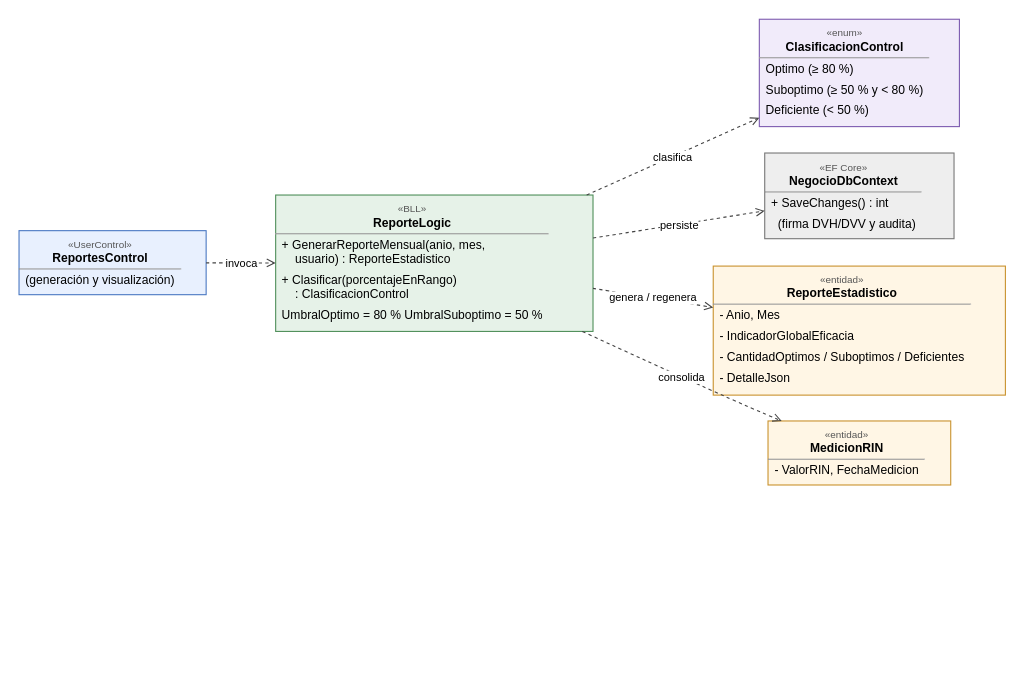
Above: Diagramas/UC-11/UC-11 - Clases afectadas.drawio in DanteSchlogl/OpenRIN-corregido (draw.io), before the change. Source tidied: cells renumbered, new cells numbered last; positions are measured from the earlier drawing's top-left corner, leaving out a move shared by most shapes. Both pictures are drawn from the tidied source at 110%, with x=0, y=0 at pixel (19, 19).
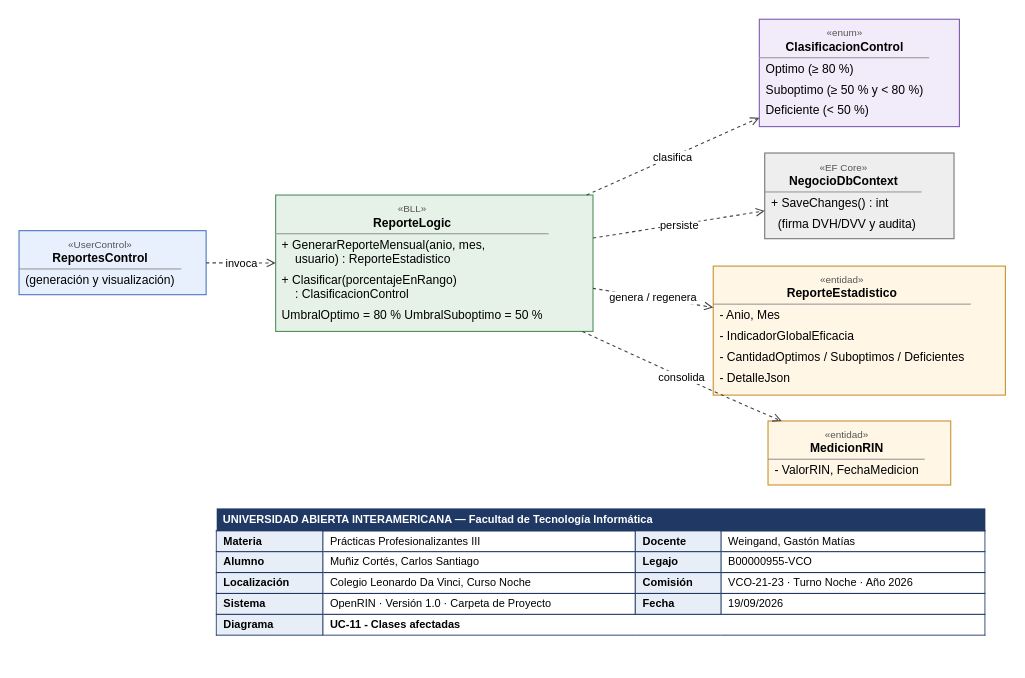
After the change.

The edit, as a diff of the source:
```diff
@@
 <mxGraphModel>
   <root>
     <mxCell id="0" />
     <mxCell id="1" parent="0" />
     <mxCell id="2" value="&lt;div style=&quot;font-family:Arial;font-size:11px;padding:3px 0 0 0;text-align:center;line-height:11px;font-size:9px;color:#555555;&quot;&gt;«UserControl»&lt;/div&gt;&lt;div style=&quot;font-family:Arial;font-size:11px;padding:0 0 3px 0;text-align:center;line-height:13px;font-weight:bold;&quot;&gt;ReportesControl&lt;/div&gt;&lt;hr style=&quot;margin:0;&quot; size=&quot;1&quot;/&gt;&lt;div style=&quot;font-family:Arial;font-size:11px;padding:3px 6px;line-height:13px;text-align:left;&quot;&gt;(generación y visualización)&lt;/div&gt;" style="whiteSpace=wrap;html=1;align=left;verticalAlign=top;overflow=hidden;spacing=0;fillColor=#E8F0FE;strokeColor=#4A78C2;" parent="1" vertex="1">
       <mxGeometry x="-0.2" y="192.2" width="170.1" height="58.2" as="geometry" />
     </mxCell>
     <mxCell id="3" value="&lt;div style=&quot;font-family:Arial;font-size:11px;padding:3px 0 0 0;text-align:center;line-height:11px;font-size:9px;color:#555555;&quot;&gt;«BLL»&lt;/div&gt;&lt;div style=&quot;font-family:Arial;font-size:11px;padding:0 0 3px 0;text-align:center;line-height:13px;font-weight:bold;&quot;&gt;ReporteLogic&lt;/div&gt;&lt;hr style=&quot;margin:0;&quot; size=&quot;1&quot;/&gt;&lt;div style=&quot;font-family:Arial;font-size:11px;padding:3px 6px;line-height:13px;text-align:left;&quot;&gt;+ GenerarReporteMensual(anio, mes,&lt;br/&gt;&amp;#160;&amp;#160;&amp;#160;&amp;#160;usuario) : ReporteEstadistico&lt;/div&gt;&lt;div style=&quot;font-family:Arial;font-size:11px;padding:3px 6px;line-height:13px;text-align:left;&quot;&gt;+ Clasificar(porcentajeEnRango)&lt;br/&gt;&amp;#160;&amp;#160;&amp;#160;&amp;#160;: ClasificacionControl&lt;/div&gt;&lt;div style=&quot;font-family:Arial;font-size:11px;padding:3px 6px;line-height:13px;text-align:left;&quot;&gt;UmbralOptimo = 80 %   UmbralSuboptimo = 50 %&lt;/div&gt;" style="whiteSpace=wrap;html=1;align=left;verticalAlign=top;overflow=hidden;spacing=0;fillColor=#E6F2E8;strokeColor=#4F8F5A;" parent="1" vertex="1">
       <mxGeometry x="233.1" y="159.8" width="288.5" height="124" as="geometry" />
     </mxCell>
     <mxCell id="4" value="&lt;div style=&quot;font-family:Arial;font-size:11px;padding:3px 0 0 0;text-align:center;line-height:11px;font-size:9px;color:#555555;&quot;&gt;«enum»&lt;/div&gt;&lt;div style=&quot;font-family:Arial;font-size:11px;padding:0 0 3px 0;text-align:center;line-height:13px;font-weight:bold;&quot;&gt;ClasificacionControl&lt;/div&gt;&lt;hr style=&quot;margin:0;&quot; size=&quot;1&quot;/&gt;&lt;div style=&quot;font-family:Arial;font-size:11px;padding:3px 6px;line-height:13px;text-align:left;&quot;&gt;Optimo (≥ 80 %)&lt;/div&gt;&lt;div style=&quot;font-family:Arial;font-size:11px;padding:3px 6px;line-height:13px;text-align:left;&quot;&gt;Suboptimo (≥ 50 % y &amp;lt; 80 %)&lt;/div&gt;&lt;div style=&quot;font-family:Arial;font-size:11px;padding:3px 6px;line-height:13px;text-align:left;&quot;&gt;Deficiente (&amp;lt; 50 %)&lt;/div&gt;" style="whiteSpace=wrap;html=1;align=left;verticalAlign=top;overflow=hidden;spacing=0;fillColor=#F1EBFA;strokeColor=#7D5BB0;" parent="1" vertex="1">
       <mxGeometry x="672.8" width="181.9" height="97.6" as="geometry" />
     </mxCell>
     <mxCell id="5" value="&lt;div style=&quot;font-family:Arial;font-size:11px;padding:3px 0 0 0;text-align:center;line-height:11px;font-size:9px;color:#555555;&quot;&gt;«EF Core»&lt;/div&gt;&lt;div style=&quot;font-family:Arial;font-size:11px;padding:0 0 3px 0;text-align:center;line-height:13px;font-weight:bold;&quot;&gt;NegocioDbContext&lt;/div&gt;&lt;hr style=&quot;margin:0;&quot; size=&quot;1&quot;/&gt;&lt;div style=&quot;font-family:Arial;font-size:11px;padding:3px 6px;line-height:13px;text-align:left;&quot;&gt;+ SaveChanges() : int&lt;/div&gt;&lt;div style=&quot;font-family:Arial;font-size:11px;padding:3px 6px;line-height:13px;text-align:left;&quot;&gt;&amp;#160;&amp;#160;(firma DVH/DVV y audita)&lt;/div&gt;" style="whiteSpace=wrap;html=1;align=left;verticalAlign=top;overflow=hidden;spacing=0;fillColor=#EEEEEE;strokeColor=#777777;" parent="1" vertex="1">
       <mxGeometry x="677.7" y="121.6" width="172.1" height="77.9" as="geometry" />
     </mxCell>
     <mxCell id="6" value="&lt;div style=&quot;font-family:Arial;font-size:11px;padding:3px 0 0 0;text-align:center;line-height:11px;font-size:9px;color:#555555;&quot;&gt;«entidad»&lt;/div&gt;&lt;div style=&quot;font-family:Arial;font-size:11px;padding:0 0 3px 0;text-align:center;line-height:13px;font-weight:bold;&quot;&gt;ReporteEstadistico&lt;/div&gt;&lt;hr style=&quot;margin:0;&quot; size=&quot;1&quot;/&gt;&lt;div style=&quot;font-family:Arial;font-size:11px;padding:3px 6px;line-height:13px;text-align:left;&quot;&gt;- Anio, Mes&lt;/div&gt;&lt;div style=&quot;font-family:Arial;font-size:11px;padding:3px 6px;line-height:13px;text-align:left;&quot;&gt;- IndicadorGlobalEficacia&lt;/div&gt;&lt;div style=&quot;font-family:Arial;font-size:11px;padding:3px 6px;line-height:13px;text-align:left;&quot;&gt;- CantidadOptimos / Suboptimos / Deficientes&lt;/div&gt;&lt;div style=&quot;font-family:Arial;font-size:11px;padding:3px 6px;line-height:13px;text-align:left;&quot;&gt;- DetalleJson&lt;/div&gt;" style="whiteSpace=wrap;html=1;align=left;verticalAlign=top;overflow=hidden;spacing=0;fillColor=#FFF6E5;strokeColor=#C9922E;" parent="1" vertex="1">
       <mxGeometry x="630.9" y="224.4" width="265.6" height="117.3" as="geometry" />
     </mxCell>
     <mxCell id="7" value="&lt;div style=&quot;font-family:Arial;font-size:11px;padding:3px 0 0 0;text-align:center;line-height:11px;font-size:9px;color:#555555;&quot;&gt;«entidad»&lt;/div&gt;&lt;div style=&quot;font-family:Arial;font-size:11px;padding:0 0 3px 0;text-align:center;line-height:13px;font-weight:bold;&quot;&gt;MedicionRIN&lt;/div&gt;&lt;hr style=&quot;margin:0;&quot; size=&quot;1&quot;/&gt;&lt;div style=&quot;font-family:Arial;font-size:11px;padding:3px 6px;line-height:13px;text-align:left;&quot;&gt;- ValorRIN, FechaMedicion&lt;/div&gt;" style="whiteSpace=wrap;html=1;align=left;verticalAlign=top;overflow=hidden;spacing=0;fillColor=#FFF6E5;strokeColor=#C9922E;" parent="1" vertex="1">
       <mxGeometry x="680.7" y="365.2" width="166.1" height="58.2" as="geometry" />
     </mxCell>
     <mxCell id="8" value="invoca" style="html=1;rounded=0;curved=1;edgeStyle=none;strokeColor=#444444;fontSize=10;fontFamily=Arial;labelBackgroundColor=#FFFFFF;dashed=1;endArrow=open;endFill=0;startArrow=none;" parent="1" edge="1" source="2" target="3">
       <mxGeometry relative="1" as="geometry" />
     </mxCell>
     <mxCell id="9" value="consolida" style="html=1;rounded=0;curved=1;edgeStyle=none;strokeColor=#444444;fontSize=10;fontFamily=Arial;labelBackgroundColor=#FFFFFF;dashed=1;endArrow=open;endFill=0;startArrow=none;" parent="1" edge="1" source="3" target="7">
       <mxGeometry relative="1" as="geometry">
         <Array as="points">
           <mxPoint x="648.5" y="346.8" />
         </Array>
       </mxGeometry>
     </mxCell>
     <mxCell id="10" value="clasifica" style="html=1;rounded=0;curved=1;edgeStyle=none;strokeColor=#444444;fontSize=10;fontFamily=Arial;labelBackgroundColor=#FFFFFF;dashed=1;endArrow=open;endFill=0;startArrow=none;" parent="1" edge="1" source="3" target="4">
       <mxGeometry relative="1" as="geometry" />
     </mxCell>
     <mxCell id="11" value="genera / regenera" style="html=1;rounded=0;curved=1;edgeStyle=none;strokeColor=#444444;fontSize=10;fontFamily=Arial;labelBackgroundColor=#FFFFFF;dashed=1;endArrow=open;endFill=0;startArrow=none;" parent="1" edge="1" source="3" target="6">
       <mxGeometry relative="1" as="geometry" />
     </mxCell>
     <mxCell id="12" value="persiste" style="html=1;rounded=0;curved=1;edgeStyle=none;strokeColor=#444444;fontSize=10;fontFamily=Arial;labelBackgroundColor=#FFFFFF;dashed=1;endArrow=open;endFill=0;startArrow=none;" parent="1" edge="1" source="3" target="5">
       <mxGeometry relative="1" as="geometry" />
     </mxCell>
+    <mxCell id="13" value="&lt;table style=&quot;border-collapse:collapse;font-family:Arial;font-size:10px;width:700px;table-layout:auto;&quot;&gt;&lt;tr&gt;&lt;td colspan=&quot;4&quot; style=&quot;background:#1F3864;color:#FFFFFF;font-weight:bold;padding:4px 6px;&quot;&gt;UNIVERSIDAD ABIERTA INTERAMERICANA — Facultad de Tecnología Informática&lt;/td&gt;&lt;/tr&gt;&lt;tr&gt;&lt;td style=&quot;border:1px solid #1F3864;padding:3px 6px;font-weight:bold;background:#E8EEF8;white-space:nowrap;&quot;&gt;Materia&lt;/td&gt;&lt;td style=&quot;border:1px solid #1F3864;padding:3px 6px;&quot;&gt;Prácticas Profesionalizantes III&lt;/td&gt;&lt;td style=&quot;border:1px solid #1F3864;padding:3px 6px;font-weight:bold;background:#E8EEF8;white-space:nowrap;&quot;&gt;Docente&lt;/td&gt;&lt;td style=&quot;border:1px solid #1F3864;padding:3px 6px;&quot;&gt;Weingand, Gastón Matías&lt;/td&gt;&lt;/tr&gt;&lt;tr&gt;&lt;td style=&quot;border:1px solid #1F3864;padding:3px 6px;font-weight:bold;background:#E8EEF8;white-space:nowrap;&quot;&gt;Alumno&lt;/td&gt;&lt;td style=&quot;border:1px solid #1F3864;padding:3px 6px;&quot;&gt;Muñiz Cortés, Carlos Santiago&lt;/td&gt;&lt;td style=&quot;border:1px solid #1F3864;padding:3px 6px;font-weight:bold;background:#E8EEF8;white-space:nowrap;&quot;&gt;Legajo&lt;/td&gt;&lt;td style=&quot;border:1px solid #1F3864;padding:3px 6px;&quot;&gt;B00000955-VCO&lt;/td&gt;&lt;/tr&gt;&lt;tr&gt;&lt;td style=&quot;border:1px solid #1F3864;padding:3px 6px;font-weight:bold;background:#E8EEF8;white-space:nowrap;&quot;&gt;Localización&lt;/td&gt;&lt;td style=&quot;border:1px solid #1F3864;padding:3px 6px;&quot;&gt;Colegio Leonardo Da Vinci, Curso Noche&lt;/td&gt;&lt;td style=&quot;border:1px solid #1F3864;padding:3px 6px;font-weight:bold;background:#E8EEF8;white-space:nowrap;&quot;&gt;Comisión&lt;/td&gt;&lt;td style=&quot;border:1px solid #1F3864;padding:3px 6px;&quot;&gt;VCO-21-23 · Turno Noche · Año 2026&lt;/td&gt;&lt;/tr&gt;&lt;tr&gt;&lt;td style=&quot;border:1px solid #1F3864;padding:3px 6px;font-weight:bold;background:#E8EEF8;white-space:nowrap;&quot;&gt;Sistema&lt;/td&gt;&lt;td style=&quot;border:1px solid #1F3864;padding:3px 6px;&quot;&gt;OpenRIN · Versión 1.0 · Carpeta de Proyecto&lt;/td&gt;&lt;td style=&quot;border:1px solid #1F3864;padding:3px 6px;font-weight:bold;background:#E8EEF8;white-space:nowrap;&quot;&gt;Fecha&lt;/td&gt;&lt;td style=&quot;border:1px solid #1F3864;padding:3px 6px;&quot;&gt;19/09/2026&lt;/td&gt;&lt;/tr&gt;&lt;tr&gt;&lt;td style=&quot;border:1px solid #1F3864;padding:3px 6px;font-weight:bold;background:#E8EEF8;white-space:nowrap;&quot;&gt;Diagrama&lt;/td&gt;&lt;td colspan=&quot;3&quot; style=&quot;border:1px solid #1F3864;padding:3px 6px;font-weight:bold;&quot;&gt;UC-11 - Clases afectadas&lt;/td&gt;&lt;/tr&gt;&lt;/table&gt;" style="html=1;whiteSpace=wrap;overflow=hidden;align=left;verticalAlign=top;fillColor=#FFFFFF;strokeColor=none;spacing=0;" parent="1" vertex="1">
+      <mxGeometry x="179" y="440.4" width="700" height="136" as="geometry" />
+    </mxCell>
   </root>
 </mxGraphModel>
```
